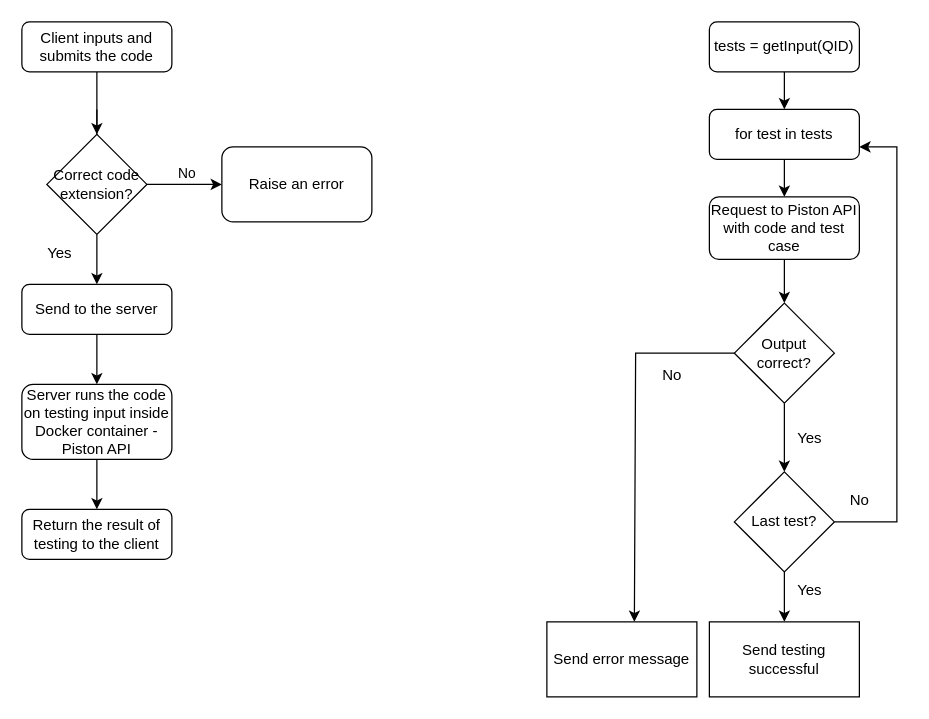
The draw.io diagram page "Code running" (1 of 2) of DockerFlowchart.drawio in A13k5-5/CodeProfesseur, before the edit. Source tidied: cells renumbered, new cells numbered last; positions are measured from the earlier drawing's top-left corner, leaving out a move shared by most shapes. Both pictures are drawn from the tidied source at 125%, with x=0, y=0 at pixel (21, 21).
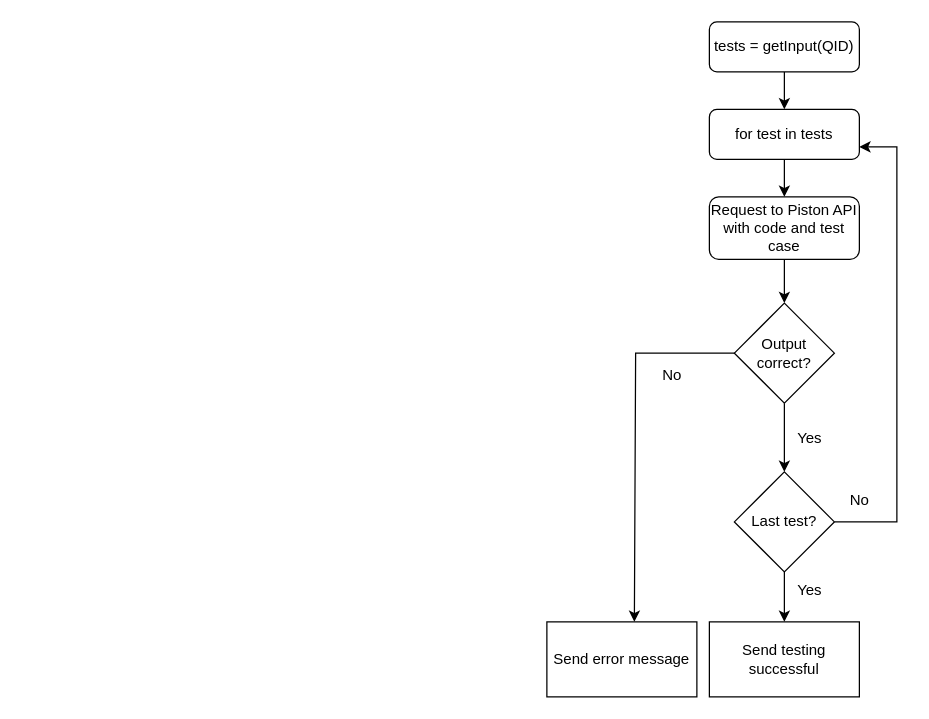
The same page after the edit.

Commit message:
Flowcharts divided into pages

What changed in the source:
```diff
@@
-    <mxCell id="2" style="edgeStyle=orthogonalEdgeStyle;rounded=0;jettySize=auto;html=1;" parent="1" edge="1" source="8">
-      <mxGeometry relative="1" as="geometry">
-        <mxPoint x="60" y="110" as="targetPoint" />
-      </mxGeometry>
-    </mxCell>
-    <mxCell id="3" value="Client inputs and submits the code" style="rounded=1;whiteSpace=wrap;html=1;" parent="1" vertex="1">
-      <mxGeometry width="120" height="40" as="geometry" />
-    </mxCell>
-    <mxCell id="4" style="edgeStyle=orthogonalEdgeStyle;rounded=0;jettySize=auto;html=1;" parent="1" edge="1" source="3" target="8">
-      <mxGeometry relative="1" as="geometry" />
-    </mxCell>
-    <mxCell id="5" style="edgeStyle=orthogonalEdgeStyle;rounded=0;jettySize=auto;html=1;" parent="1" edge="1" source="8" target="9">
-      <mxGeometry relative="1" as="geometry" />
-    </mxCell>
-    <mxCell id="6" value="No" style="edgeLabel;html=1;align=center;verticalAlign=middle;" parent="5" vertex="1">
-      <mxGeometry x="0.03" y="-4" relative="1" as="geometry">
-        <mxPoint y="-14" as="offset" />
-      </mxGeometry>
-    </mxCell>
-    <mxCell id="7" style="edgeStyle=orthogonalEdgeStyle;rounded=0;jettySize=auto;html=1;" parent="1" edge="1" source="8" target="11">
-      <mxGeometry relative="1" as="geometry" />
-    </mxCell>
-    <mxCell id="8" value="Correct code extension?" style="rhombus;whiteSpace=wrap;html=1;" parent="1" vertex="1">
-      <mxGeometry x="20" y="90" width="80" height="80" as="geometry" />
-    </mxCell>
-    <mxCell id="9" value="Raise an error" style="rounded=1;whiteSpace=wrap;html=1;" parent="1" vertex="1">
-      <mxGeometry x="160" y="100" width="120" height="60" as="geometry" />
-    </mxCell>
-    <mxCell id="10" style="edgeStyle=orthogonalEdgeStyle;rounded=0;jettySize=auto;html=1;" parent="1" edge="1" source="11" target="13">
-      <mxGeometry relative="1" as="geometry" />
-    </mxCell>
-    <mxCell id="11" value="Send to the server" style="rounded=1;whiteSpace=wrap;html=1;" parent="1" vertex="1">
-      <mxGeometry y="210" width="120" height="40" as="geometry" />
-    </mxCell>
-    <mxCell id="12" style="edgeStyle=orthogonalEdgeStyle;rounded=0;jettySize=auto;html=1;entryX=0.5;entryY=0;entryDx=0;entryDy=0;" parent="1" edge="1" source="13" target="14">
-      <mxGeometry relative="1" as="geometry" />
-    </mxCell>
-    <mxCell id="13" value="Server runs the code on testing input inside Docker container - Piston API" style="whiteSpace=wrap;html=1;rounded=1;" parent="1" vertex="1">
-      <mxGeometry y="290" width="120" height="60" as="geometry" />
-    </mxCell>
-    <mxCell id="14" value="Return the result of testing to the client" style="whiteSpace=wrap;html=1;rounded=1;" parent="1" vertex="1">
-      <mxGeometry y="390" width="120" height="40" as="geometry" />
-    </mxCell>
-    <mxCell id="15" value="Yes" style="text;html=1;align=center;verticalAlign=middle;strokeColor=none;fillColor=none;" parent="1" vertex="1">
-      <mxGeometry x="10" y="170" width="40" height="30" as="geometry" />
-    </mxCell>
```
